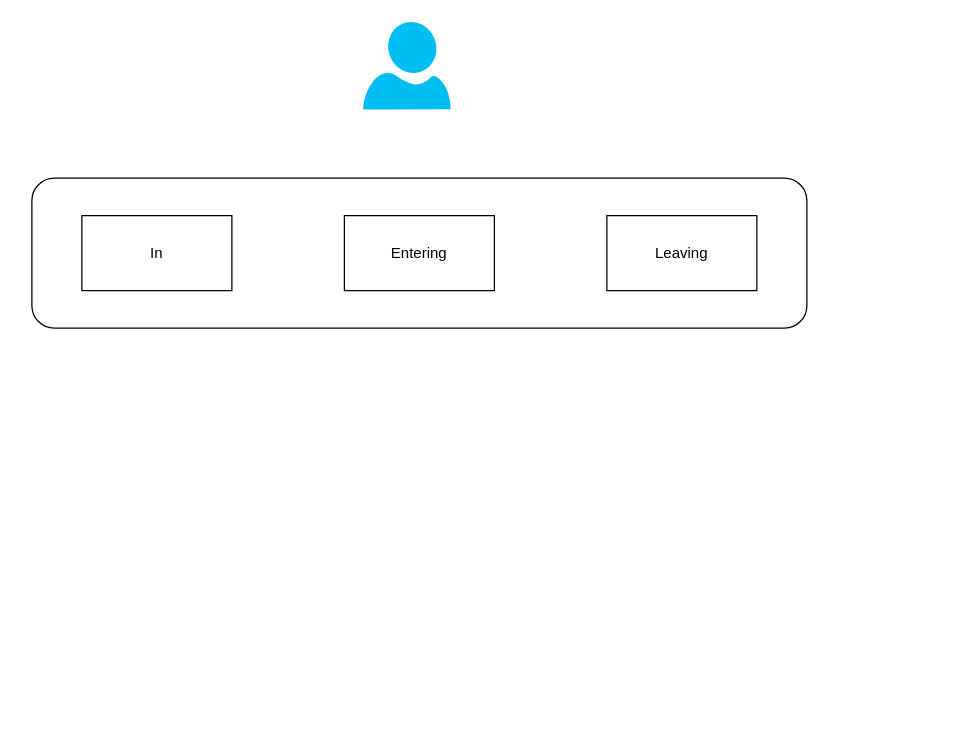
Earlier version of the draw.io diagram 未命名圖表.drawio (kevin3747118/ALZK). Source tidied: cells renumbered, new cells numbered last; positions are measured from the earlier drawing's top-left corner, leaving out a move shared by most shapes. Both pictures are drawn from the tidied source at 125%, with x=0, y=0 at pixel (31, 21).
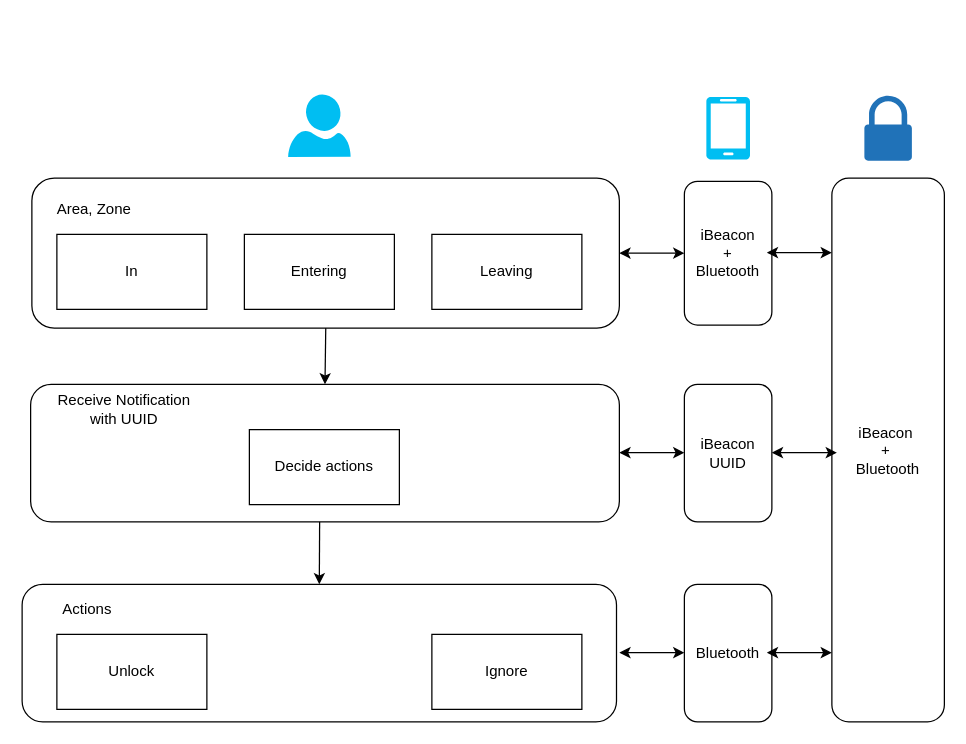
The same diagram, later.

Commit message (it also covers changes not shown here):
更新未命名圖表.drawio

The edit, as a diff of the source:
```diff
@@
     <mxCell id="2" style="verticalLabelPosition=bottom;html=1;verticalAlign=top;align=center;strokeColor=none;fillColor=#00BEF2;shape=mxgraph.azure.user;" parent="1" vertex="1">
-      <mxGeometry x="265" width="70" height="70" as="geometry" />
+      <mxGeometry x="205" y="58" width="50" height="50" as="geometry" />
     </mxCell>
     <mxCell id="3" style="rounded=1;whiteSpace=wrap;html=1;" parent="1" vertex="1">
-      <mxGeometry y="125" width="620" height="120" as="geometry" />
+      <mxGeometry y="125" width="470" height="120" as="geometry" />
     </mxCell>
     <mxCell id="4" value="In" style="rounded=0;whiteSpace=wrap;html=1;" parent="1" vertex="1">
-      <mxGeometry x="40" y="155" width="120" height="60" as="geometry" />
+      <mxGeometry x="20" y="170" width="120" height="60" as="geometry" />
     </mxCell>
     <mxCell id="5" value="Entering" style="rounded=0;whiteSpace=wrap;html=1;" parent="1" vertex="1">
-      <mxGeometry x="250" y="155" width="120" height="60" as="geometry" />
+      <mxGeometry x="170" y="170" width="120" height="60" as="geometry" />
     </mxCell>
     <mxCell id="6" value="Leaving" style="rounded=0;whiteSpace=wrap;html=1;" parent="1" vertex="1">
-      <mxGeometry x="460" y="155" width="120" height="60" as="geometry" />
+      <mxGeometry x="320" y="170" width="120" height="60" as="geometry" />
     </mxCell>
+    <mxCell id="7" value="Area, Zone" style="text;html=1;strokeColor=none;fillColor=none;align=center;verticalAlign=middle;whiteSpace=wrap;rounded=0;" parent="1" vertex="1">
+      <mxGeometry y="140" width="100" height="20" as="geometry" />
+    </mxCell>
+    <mxCell id="8" value="iBeacon &lt;br&gt;+ &lt;br&gt;Bluetooth" style="rounded=1;whiteSpace=wrap;html=1;" parent="1" vertex="1">
+      <mxGeometry x="522" y="127.5" width="70" height="115" as="geometry" />
+    </mxCell>
+    <mxCell id="9" value="iBeacon UUID" style="rounded=1;whiteSpace=wrap;html=1;" parent="1" vertex="1">
+      <mxGeometry x="522" y="290" width="70" height="110" as="geometry" />
+    </mxCell>
+    <mxCell id="10" style="verticalLabelPosition=bottom;html=1;verticalAlign=top;align=center;strokeColor=none;fillColor=#00BEF2;shape=mxgraph.azure.mobile;" parent="1" vertex="1">
+      <mxGeometry x="539.5" y="60" width="35" height="50" as="geometry" />
+    </mxCell>
+    <mxCell id="11" style="rounded=1;whiteSpace=wrap;html=1;" parent="1" vertex="1">
+      <mxGeometry x="-1" y="290" width="471" height="110" as="geometry" />
+    </mxCell>
+    <mxCell id="12" value="Receive Notification with UUID" style="text;html=1;strokeColor=none;fillColor=none;align=center;verticalAlign=middle;whiteSpace=wrap;rounded=0;" parent="1" vertex="1">
+      <mxGeometry x="9" y="300" width="130" height="20" as="geometry" />
+    </mxCell>
+    <mxCell id="13" value="Decide actions" style="rounded=0;whiteSpace=wrap;html=1;" parent="1" vertex="1">
+      <mxGeometry x="174" y="326.2" width="120" height="60" as="geometry" />
+    </mxCell>
+    <mxCell id="14" style="endArrow=classic;startArrow=classic;html=1;exitX=1;exitY=0.5;exitDx=0;exitDy=0;entryX=0;entryY=0.5;entryDx=0;entryDy=0;" parent="1" edge="1" source="3" target="8">
+      <mxGeometry relative="1" as="geometry" />
+    </mxCell>
+    <mxCell id="15" style="rounded=1;whiteSpace=wrap;html=1;" parent="1" vertex="1">
+      <mxGeometry x="-7.8" y="450" width="475.5" height="110" as="geometry" />
+    </mxCell>
+    <mxCell id="16" style="endArrow=classic;html=1;entryX=0.5;entryY=0;entryDx=0;entryDy=0;" parent="1" edge="1" target="11">
+      <mxGeometry relative="1" as="geometry">
+        <mxPoint x="235.1" y="245" as="sourcePoint" />
+      </mxGeometry>
+    </mxCell>
+    <mxCell id="17" value="Bluetooth" style="rounded=1;whiteSpace=wrap;html=1;" parent="1" vertex="1">
+      <mxGeometry x="522" y="450" width="70" height="110" as="geometry" />
+    </mxCell>
+    <mxCell id="18" style="shadow=0;dashed=0;html=1;strokeColor=none;labelPosition=center;verticalLabelPosition=bottom;verticalAlign=top;align=center;shape=mxgraph.office.security.lock_protected;fillColor=#2072B8;" parent="1" vertex="1">
+      <mxGeometry x="666" y="59" width="38" height="52" as="geometry" />
+    </mxCell>
+    <mxCell id="19" style="endArrow=classic;html=1;entryX=0.5;entryY=0;entryDx=0;entryDy=0;" parent="1" edge="1" target="15">
+      <mxGeometry relative="1" as="geometry">
+        <mxPoint x="230.2" y="400" as="sourcePoint" />
+      </mxGeometry>
+    </mxCell>
+    <mxCell id="20" style="endArrow=classic;startArrow=classic;html=1;exitX=1;exitY=0.5;exitDx=0;exitDy=0;entryX=0;entryY=0.5;entryDx=0;entryDy=0;" parent="1" edge="1">
+      <mxGeometry relative="1" as="geometry">
+        <mxPoint x="470" y="344.6" as="sourcePoint" />
+        <mxPoint x="522" y="344.6" as="targetPoint" />
+      </mxGeometry>
+    </mxCell>
+    <mxCell id="21" style="endArrow=classic;startArrow=classic;html=1;exitX=1;exitY=0.5;exitDx=0;exitDy=0;entryX=0;entryY=0.5;entryDx=0;entryDy=0;" parent="1" edge="1">
+      <mxGeometry relative="1" as="geometry">
+        <mxPoint x="470" y="504.6" as="sourcePoint" />
+        <mxPoint x="522" y="504.6" as="targetPoint" />
+      </mxGeometry>
+    </mxCell>
+    <mxCell id="22" value="Unlock" style="rounded=0;whiteSpace=wrap;html=1;" parent="1" vertex="1">
+      <mxGeometry x="20" y="490" width="120" height="60" as="geometry" />
+    </mxCell>
+    <mxCell id="23" value="Actions" style="text;html=1;strokeColor=none;fillColor=none;align=center;verticalAlign=middle;whiteSpace=wrap;rounded=0;" parent="1" vertex="1">
+      <mxGeometry x="9" y="460" width="71" height="20" as="geometry" />
+    </mxCell>
+    <mxCell id="24" value="Ignore" style="rounded=0;whiteSpace=wrap;html=1;" parent="1" vertex="1">
+      <mxGeometry x="320" y="490" width="120" height="60" as="geometry" />
+    </mxCell>
+    <mxCell id="25" value="&lt;span&gt;iBeacon&amp;nbsp;&lt;/span&gt;&lt;br&gt;&lt;span&gt;+&amp;nbsp;&lt;/span&gt;&lt;br&gt;&lt;span&gt;Bluetooth&lt;br&gt;&lt;/span&gt;" style="rounded=1;whiteSpace=wrap;html=1;" parent="1" vertex="1">
+      <mxGeometry x="640" y="125" width="90" height="435" as="geometry" />
+    </mxCell>
+    <mxCell id="26" style="endArrow=classic;startArrow=classic;html=1;exitX=1;exitY=0.5;exitDx=0;exitDy=0;entryX=0;entryY=0.5;entryDx=0;entryDy=0;" parent="1" edge="1">
+      <mxGeometry relative="1" as="geometry">
+        <mxPoint x="588" y="184.6" as="sourcePoint" />
+        <mxPoint x="640" y="184.6" as="targetPoint" />
+      </mxGeometry>
+    </mxCell>
+    <mxCell id="27" style="endArrow=classic;startArrow=classic;html=1;exitX=1;exitY=0.5;exitDx=0;exitDy=0;entryX=0;entryY=0.5;entryDx=0;entryDy=0;" parent="1" edge="1">
+      <mxGeometry relative="1" as="geometry">
+        <mxPoint x="592" y="344.6" as="sourcePoint" />
+        <mxPoint x="644" y="344.6" as="targetPoint" />
+      </mxGeometry>
+    </mxCell>
+    <mxCell id="28" style="endArrow=classic;startArrow=classic;html=1;exitX=1;exitY=0.5;exitDx=0;exitDy=0;entryX=0;entryY=0.5;entryDx=0;entryDy=0;" parent="1" edge="1">
+      <mxGeometry relative="1" as="geometry">
+        <mxPoint x="588" y="504.6" as="sourcePoint" />
+        <mxPoint x="640" y="504.6" as="targetPoint" />
+      </mxGeometry>
+    </mxCell>
```
